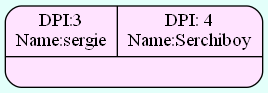
The Graphviz diagram FASE 2/Grafico/Admin_Btree_Clients.png in Serch-ING/EDD_UDRAWING_202000119, before a commit. Its source is kept beside it as FASE 2/Grafico/Admin_Btree_Clients.dot.
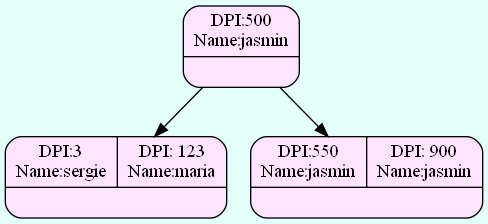
Later version of the same file.

What changed in the source:
```diff
@@ -1,6 +1,10 @@
 digraph structs {
   bgcolor = "#E3FFFA"
  node [shape=Mrecord fillcolor="#FFE3FF" style =filled];
-struct1765978307[label="{{DPI:3\nName:sergie|DPI: 4\nName:Serchiboy}|<here>}"];
+struct1018473880[label="{{DPI:500\nName:jasmin}|<here>}"];
+struct810676208[label="{{DPI:3\nName:sergie|DPI: 123\nName:maria}|<here>}"];
+struct1482209435[label="{{DPI:550\nName:jasmin|DPI: 900\nName:jasmin}|<here>}"];
 
+struct1018473880->struct810676208;
+struct1018473880->struct1482209435;
 }
```
